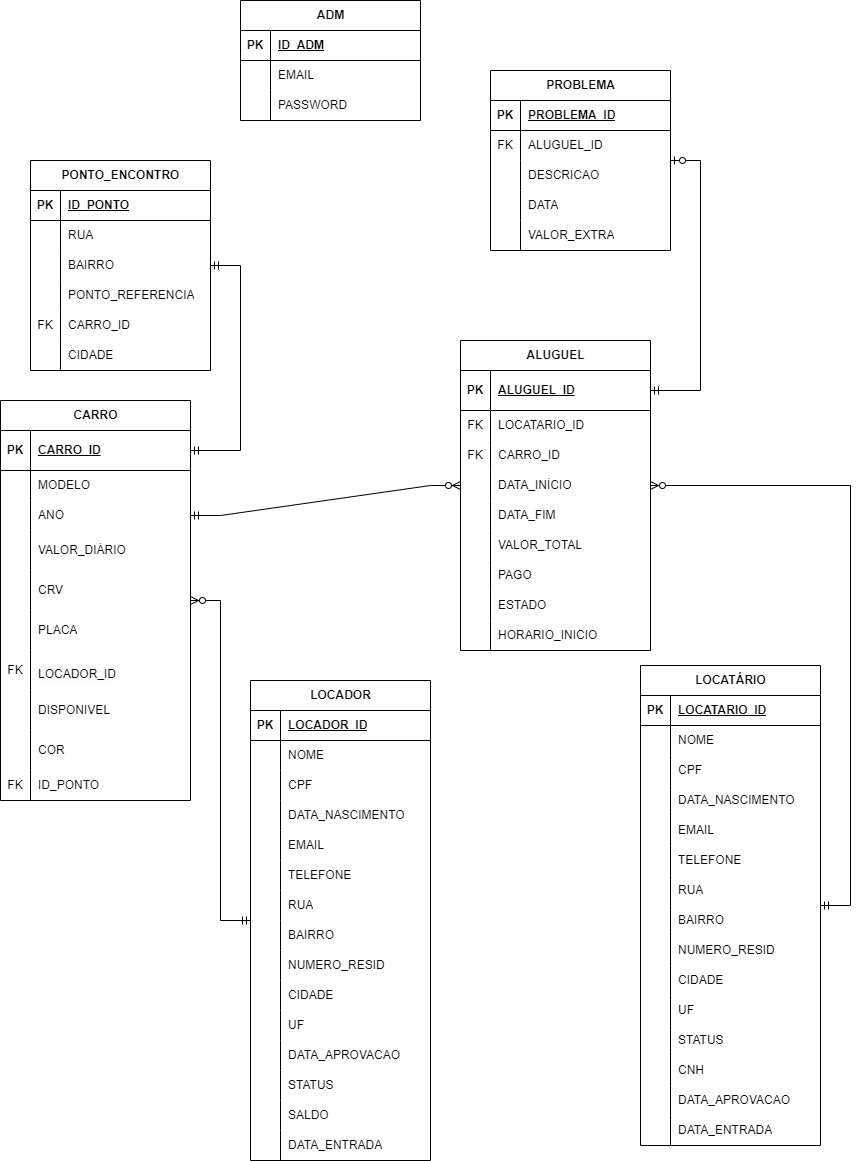
Before: assets/database/ModeloRelacional.drawio.png, a diagram exported from draw.io (ICEI-PUC-Minas-PPLES-TI/plf-es-2024-1-ti2-1372100-grupo-1-wheelson). Source tidied: cells renumbered, new cells last; positions are measured from the earlier drawing's top-left corner, leaving out a move shared by most shapes.
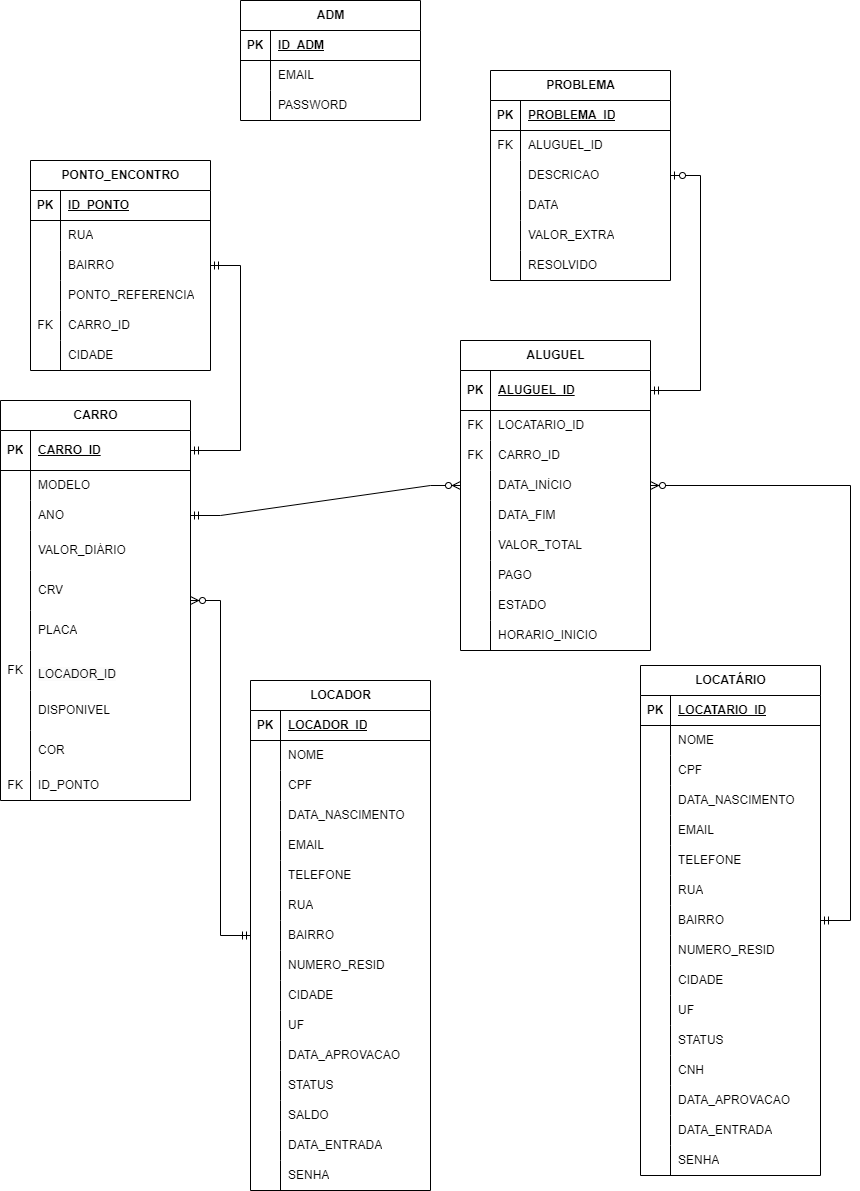
The same diagram one commit later.

Diff of the diagram source:
```diff
@@ -3,7 +3,7 @@
     <mxCell id="0" />
     <mxCell id="1" parent="0" />
     <mxCell id="2" value="LOCADOR" style="shape=table;startSize=30;rowLines=0;fontStyle=1;align=center;html=1;" parent="1" vertex="1">
-      <mxGeometry x="250" y="680" width="180" height="480" as="geometry" />
+      <mxGeometry x="250" y="680" width="180" height="510" as="geometry" />
     </mxCell>
     <mxCell id="3" style="shape=tableRow;horizontal=0;startSize=0;swimlaneHead=0;swimlaneBody=0;fillColor=none;top=0;left=0;right=0;bottom=1;" parent="2" vertex="1">
       <mxGeometry y="30" width="180" height="30" as="geometry" />
@@ -140,8 +140,17 @@
     <mxCell id="47" value="DATA_ENTRADA" style="shape=partialRectangle;fillColor=none;top=0;left=0;bottom=0;right=0;align=left;spacingLeft=6;overflow=hidden;whiteSpace=wrap;html=1;" parent="45" vertex="1">
       <mxGeometry x="30" width="150" height="30" as="geometry" />
     </mxCell>
+    <mxCell id="203" style="shape=tableRow;horizontal=0;startSize=0;swimlaneHead=0;swimlaneBody=0;fillColor=none;top=0;left=0;right=0;bottom=0;" parent="2" vertex="1">
+      <mxGeometry y="480" width="180" height="30" as="geometry" />
+    </mxCell>
+    <mxCell id="204" style="shape=partialRectangle;fillColor=none;top=0;left=0;bottom=0;right=0;overflow=hidden;whiteSpace=wrap;html=1;" parent="203" vertex="1">
+      <mxGeometry width="30" height="30" as="geometry" />
+    </mxCell>
+    <mxCell id="205" value="SENHA" style="shape=partialRectangle;fillColor=none;top=0;left=0;bottom=0;right=0;align=left;spacingLeft=6;overflow=hidden;whiteSpace=wrap;html=1;" parent="203" vertex="1">
+      <mxGeometry x="30" width="150" height="30" as="geometry" />
+    </mxCell>
     <mxCell id="48" value="LOCATÁRIO" style="shape=table;startSize=30;rowLines=0;fontStyle=1;align=center;html=1;" parent="1" vertex="1">
-      <mxGeometry x="640" y="665" width="180" height="480" as="geometry" />
+      <mxGeometry x="640" y="665" width="180" height="510" as="geometry" />
     </mxCell>
     <mxCell id="49" style="shape=tableRow;horizontal=0;startSize=0;swimlaneHead=0;swimlaneBody=0;fillColor=none;top=0;left=0;right=0;bottom=1;" parent="48" vertex="1">
       <mxGeometry y="30" width="180" height="30" as="geometry" />
@@ -278,8 +287,17 @@
     <mxCell id="93" value="DATA_ENTRADA" style="shape=partialRectangle;fillColor=none;top=0;left=0;bottom=0;right=0;align=left;spacingLeft=6;overflow=hidden;whiteSpace=wrap;html=1;" parent="91" vertex="1">
       <mxGeometry x="30" width="150" height="30" as="geometry" />
     </mxCell>
+    <mxCell id="206" style="shape=tableRow;horizontal=0;startSize=0;swimlaneHead=0;swimlaneBody=0;fillColor=none;top=0;left=0;right=0;bottom=0;" parent="48" vertex="1">
+      <mxGeometry y="480" width="180" height="30" as="geometry" />
+    </mxCell>
+    <mxCell id="207" style="shape=partialRectangle;fillColor=none;top=0;left=0;bottom=0;right=0;overflow=hidden;whiteSpace=wrap;html=1;" parent="206" vertex="1">
+      <mxGeometry width="30" height="30" as="geometry" />
+    </mxCell>
+    <mxCell id="208" value="SENHA" style="shape=partialRectangle;fillColor=none;top=0;left=0;bottom=0;right=0;align=left;spacingLeft=6;overflow=hidden;whiteSpace=wrap;html=1;" parent="206" vertex="1">
+      <mxGeometry x="30" width="150" height="30" as="geometry" />
+    </mxCell>
     <mxCell id="94" value="PROBLEMA" style="shape=table;startSize=30;rowLines=0;fontStyle=1;align=center;html=1;" parent="1" vertex="1">
-      <mxGeometry x="490" y="70" width="180" height="180" as="geometry" />
+      <mxGeometry x="490" y="70" width="180" height="210" as="geometry" />
     </mxCell>
     <mxCell id="95" style="shape=tableRow;horizontal=0;startSize=0;swimlaneHead=0;swimlaneBody=0;fillColor=none;top=0;left=0;right=0;bottom=1;" parent="94" vertex="1">
       <mxGeometry y="30" width="180" height="30" as="geometry" />
@@ -326,6 +344,15 @@
     <mxCell id="109" value="VALOR_EXTRA" style="shape=partialRectangle;fillColor=none;top=0;left=0;bottom=0;right=0;align=left;spacingLeft=6;overflow=hidden;whiteSpace=wrap;html=1;" parent="107" vertex="1">
       <mxGeometry x="30" width="150" height="30" as="geometry" />
     </mxCell>
+    <mxCell id="209" style="shape=tableRow;horizontal=0;startSize=0;swimlaneHead=0;swimlaneBody=0;fillColor=none;top=0;left=0;right=0;bottom=0;" parent="94" vertex="1">
+      <mxGeometry y="180" width="180" height="30" as="geometry" />
+    </mxCell>
+    <mxCell id="210" style="shape=partialRectangle;fillColor=none;top=0;left=0;bottom=0;right=0;overflow=hidden;whiteSpace=wrap;html=1;" parent="209" vertex="1">
+      <mxGeometry width="30" height="30" as="geometry" />
+    </mxCell>
+    <mxCell id="211" value="RESOLVIDO" style="shape=partialRectangle;fillColor=none;top=0;left=0;bottom=0;right=0;align=left;spacingLeft=6;overflow=hidden;whiteSpace=wrap;html=1;" parent="209" vertex="1">
+      <mxGeometry x="30" width="150" height="30" as="geometry" />
+    </mxCell>
     <mxCell id="110" value="ALUGUEL" style="shape=table;startSize=30;rowLines=0;fontStyle=1;align=center;html=1;" parent="1" vertex="1">
       <mxGeometry x="460" y="340" width="190" height="310" as="geometry" />
     </mxCell>
```
